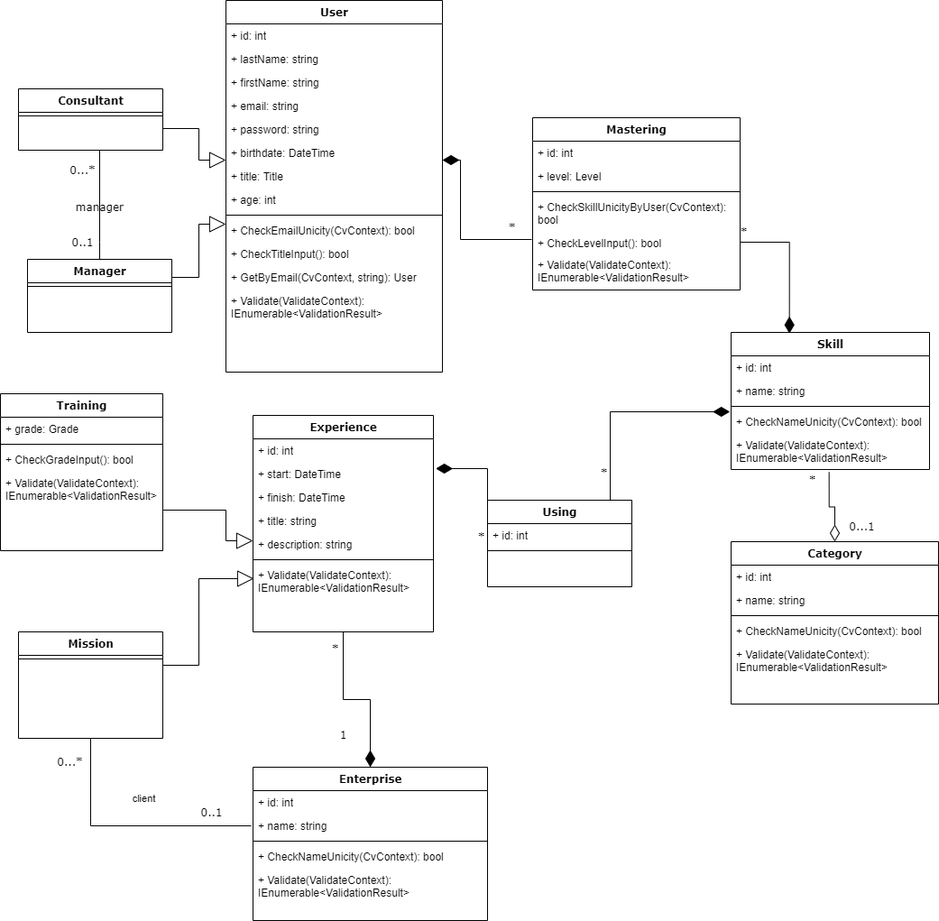
magitcian/EPFC_Online-cv-management keeps this draw.io diagram as Diagrams/ModelClasses.png. Above is the earlier version. Source tidied: cells renumbered, new cells last; positions are measured from the earlier drawing's top-left corner, leaving out a move shared by most shapes.
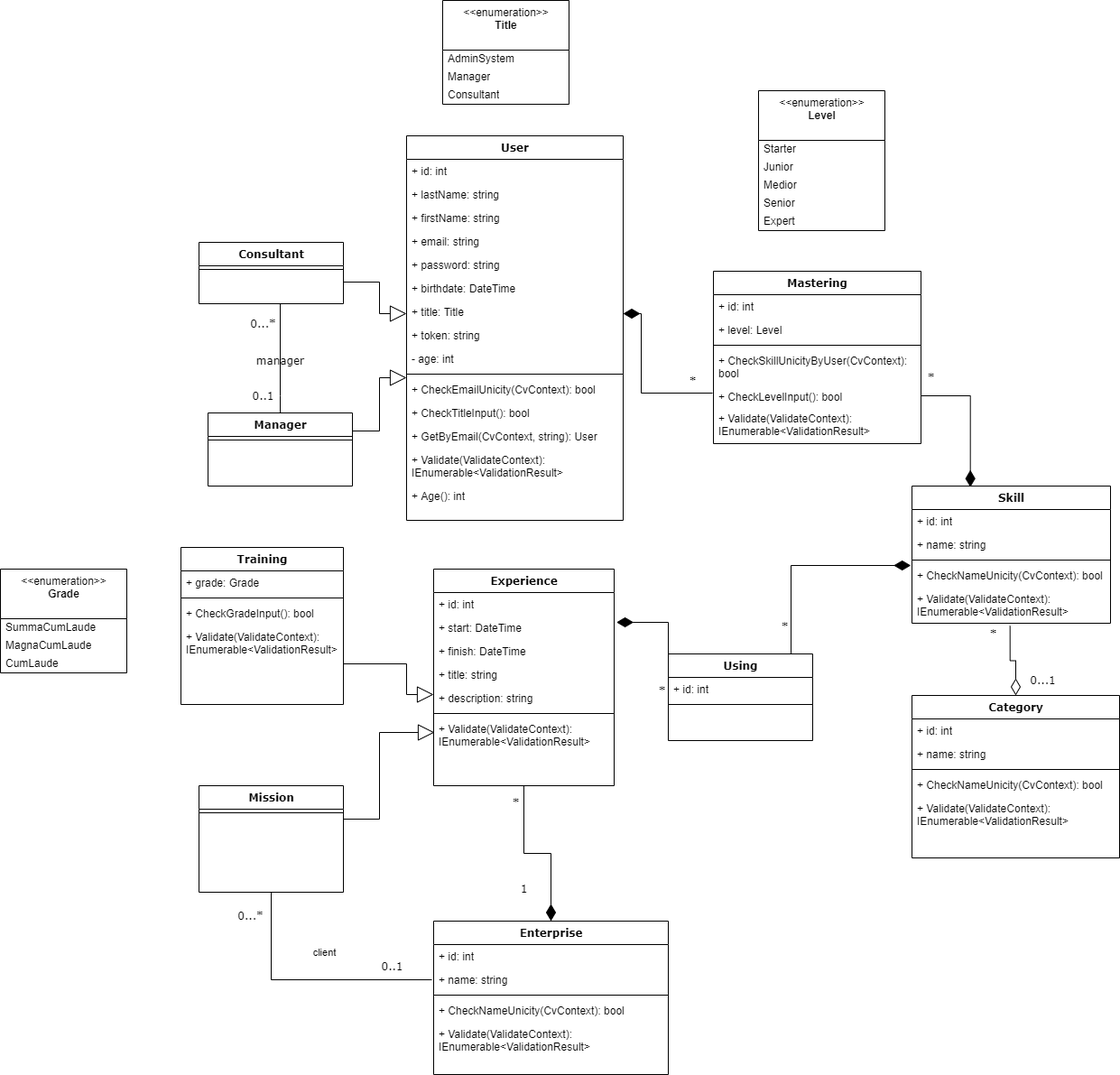
The same diagram one commit later.

Commit message:
refactor : README and class diagram of the model

Change to the diagram source:
```diff
@@ -9,7 +9,7 @@
       <mxGeometry y="26" width="160" height="8" as="geometry" />
     </mxCell>
     <mxCell id="4" value="User" style="swimlane;html=1;fontStyle=1;align=center;verticalAlign=top;horizontal=1;startSize=26;swimlaneFillColor=#ffffff;rounded=0;shadow=0;comic=0;labelBackgroundColor=none;strokeWidth=1;fillColor=none;fontFamily=Verdana;fontSize=12;" parent="1" vertex="1">
-      <mxGeometry x="250" width="240" height="412" as="geometry" />
+      <mxGeometry x="250" y="-20" width="240" height="426" as="geometry" />
     </mxCell>
     <mxCell id="5" value="+ id: int" style="text;html=1;strokeColor=none;fillColor=none;align=left;verticalAlign=top;spacingLeft=4;spacingRight=4;whiteSpace=wrap;overflow=hidden;" parent="4" vertex="1">
       <mxGeometry y="26" width="240" height="26" as="geometry" />
@@ -32,24 +32,30 @@
     <mxCell id="11" value="+ title: Title" style="text;html=1;strokeColor=none;fillColor=none;align=left;verticalAlign=top;spacingLeft=4;spacingRight=4;whiteSpace=wrap;overflow=hidden;" parent="4" vertex="1">
       <mxGeometry y="182" width="240" height="26" as="geometry" />
     </mxCell>
+    <mxCell id="86" value="+ token: string" style="text;html=1;strokeColor=none;fillColor=none;align=left;verticalAlign=top;spacingLeft=4;spacingRight=4;whiteSpace=wrap;overflow=hidden;" parent="4" vertex="1">
+      <mxGeometry y="208" width="240" height="26" as="geometry" />
+    </mxCell>
-    <mxCell id="12" value="+ age: int" style="text;html=1;strokeColor=none;fillColor=none;align=left;verticalAlign=top;spacingLeft=4;spacingRight=4;whiteSpace=wrap;overflow=hidden;" parent="4" vertex="1">
-      <mxGeometry y="208" width="240" height="26" as="geometry" />
+    <mxCell id="12" value="- age: int" style="text;html=1;strokeColor=none;fillColor=none;align=left;verticalAlign=top;spacingLeft=4;spacingRight=4;whiteSpace=wrap;overflow=hidden;" parent="4" vertex="1">
+      <mxGeometry y="234" width="240" height="26" as="geometry" />
     </mxCell>
     <mxCell id="13" style="line;html=1;strokeWidth=1;fillColor=none;align=left;verticalAlign=middle;spacingTop=-1;spacingLeft=3;spacingRight=3;labelPosition=right;" parent="4" vertex="1">
-      <mxGeometry y="234" width="240" height="8" as="geometry" />
+      <mxGeometry y="260" width="240" height="8" as="geometry" />
     </mxCell>
     <mxCell id="14" value="+ CheckEmailUnicity(CvContext): bool" style="text;html=1;strokeColor=none;fillColor=none;align=left;verticalAlign=top;spacingLeft=4;spacingRight=4;whiteSpace=wrap;overflow=hidden;" parent="4" vertex="1">
-      <mxGeometry y="242" width="240" height="26" as="geometry" />
+      <mxGeometry y="268" width="240" height="26" as="geometry" />
     </mxCell>
     <mxCell id="15" value="+ CheckTitleInput(): bool" style="text;html=1;strokeColor=none;fillColor=none;align=left;verticalAlign=top;spacingLeft=4;spacingRight=4;whiteSpace=wrap;overflow=hidden;" parent="4" vertex="1">
-      <mxGeometry y="268" width="240" height="26" as="geometry" />
+      <mxGeometry y="294" width="240" height="26" as="geometry" />
     </mxCell>
     <mxCell id="16" value="+ GetByEmail(CvContext, string): User" style="text;html=1;strokeColor=none;fillColor=none;align=left;verticalAlign=top;spacingLeft=4;spacingRight=4;whiteSpace=wrap;overflow=hidden;" parent="4" vertex="1">
-      <mxGeometry y="294" width="240" height="26" as="geometry" />
+      <mxGeometry y="320" width="240" height="26" as="geometry" />
     </mxCell>
     <mxCell id="17" value="+ Validate(ValidateContext): IEnumerable&amp;lt;ValidationResult&amp;gt;" style="text;html=1;strokeColor=none;fillColor=none;align=left;verticalAlign=top;spacingLeft=4;spacingRight=4;whiteSpace=wrap;overflow=hidden;" parent="4" vertex="1">
-      <mxGeometry y="320" width="240" height="40" as="geometry" />
+      <mxGeometry y="346" width="240" height="40" as="geometry" />
     </mxCell>
+    <mxCell id="87" value="+ Age(): int" style="text;html=1;strokeColor=none;fillColor=none;align=left;verticalAlign=top;spacingLeft=4;spacingRight=4;whiteSpace=wrap;overflow=hidden;" parent="4" vertex="1">
+      <mxGeometry y="386" width="240" height="40" as="geometry" />
+    </mxCell>
     <mxCell id="18" value="Manager" style="swimlane;html=1;fontStyle=1;align=center;verticalAlign=top;horizontal=1;startSize=26;swimlaneFillColor=#ffffff;rounded=0;shadow=0;comic=0;labelBackgroundColor=none;strokeWidth=1;fillColor=none;fontFamily=Verdana;fontSize=12;" parent="1" vertex="1">
       <mxGeometry x="30" y="287" width="160" height="81" as="geometry" />
     </mxCell>
@@ -245,7 +251,7 @@
     </mxCell>
     <mxCell id="71" value="*" style="text;html=1;align=center;verticalAlign=middle;labelBackgroundColor=#ffffff;fontSize=12;fontFamily=Verdana;" parent="70" vertex="1">
       <mxGeometry x="-0.85" y="-1" relative="1" as="geometry">
-        <mxPoint x="-9" y="-12" as="offset" />
+        <mxPoint x="-2" y="-21" as="offset" />
       </mxGeometry>
     </mxCell>
     <mxCell id="72" style="edgeStyle=orthogonalEdgeStyle;rounded=0;html=1;labelBackgroundColor=none;startArrow=none;startFill=0;startSize=8;endArrow=diamondThin;endFill=1;endSize=16;fontFamily=Verdana;fontSize=12;entryX=-0.006;entryY=0.077;entryDx=0;entryDy=0;entryPerimeter=0;exitX=0.85;exitY=0;exitDx=0;exitDy=0;exitPerimeter=0;" parent="1" edge="1" source="39" target="31">
@@ -328,5 +334,47 @@
         <mxPoint x="-18" y="3" as="offset" />
       </mxGeometry>
     </mxCell>
+    <mxCell id="88" value="&amp;lt;&amp;lt;enumeration&amp;gt;&amp;gt;&lt;br&gt;&lt;b&gt;Title&lt;/b&gt;" style="swimlane;fontStyle=0;align=center;verticalAlign=top;horizontal=1;startSize=55;html=1;" parent="1" vertex="1">
+      <mxGeometry x="290" y="-170" width="140" height="115" as="geometry" />
+    </mxCell>
+    <mxCell id="89" value="AdminSystem" style="text;html=1;strokeColor=none;fillColor=none;align=left;verticalAlign=middle;spacingLeft=4;spacingRight=4;overflow=hidden;" parent="88" vertex="1">
+      <mxGeometry y="55" width="140" height="20" as="geometry" />
+    </mxCell>
+    <mxCell id="90" value="Manager" style="text;html=1;strokeColor=none;fillColor=none;align=left;verticalAlign=middle;spacingLeft=4;spacingRight=4;overflow=hidden;" parent="88" vertex="1">
+      <mxGeometry y="75" width="140" height="20" as="geometry" />
+    </mxCell>
+    <mxCell id="91" value="Consultant" style="text;html=1;strokeColor=none;fillColor=none;align=left;verticalAlign=middle;spacingLeft=4;spacingRight=4;overflow=hidden;" parent="88" vertex="1">
+      <mxGeometry y="95" width="140" height="20" as="geometry" />
+    </mxCell>
+    <mxCell id="92" value="&amp;lt;&amp;lt;enumeration&amp;gt;&amp;gt;&lt;br&gt;&lt;b&gt;Level&lt;/b&gt;" style="swimlane;fontStyle=0;align=center;verticalAlign=top;horizontal=1;startSize=55;html=1;" parent="1" vertex="1">
+      <mxGeometry x="640" y="-70" width="140" height="155" as="geometry" />
+    </mxCell>
+    <mxCell id="93" value="Starter" style="text;html=1;strokeColor=none;fillColor=none;align=left;verticalAlign=middle;spacingLeft=4;spacingRight=4;overflow=hidden;" parent="92" vertex="1">
+      <mxGeometry y="55" width="140" height="20" as="geometry" />
+    </mxCell>
+    <mxCell id="94" value="Junior" style="text;html=1;strokeColor=none;fillColor=none;align=left;verticalAlign=middle;spacingLeft=4;spacingRight=4;overflow=hidden;" parent="92" vertex="1">
+      <mxGeometry y="75" width="140" height="20" as="geometry" />
+    </mxCell>
+    <mxCell id="95" value="Medior" style="text;html=1;strokeColor=none;fillColor=none;align=left;verticalAlign=middle;spacingLeft=4;spacingRight=4;overflow=hidden;" parent="92" vertex="1">
+      <mxGeometry y="95" width="140" height="20" as="geometry" />
+    </mxCell>
+    <mxCell id="96" value="Senior" style="text;html=1;strokeColor=none;fillColor=none;align=left;verticalAlign=middle;spacingLeft=4;spacingRight=4;overflow=hidden;" parent="92" vertex="1">
+      <mxGeometry y="115" width="140" height="20" as="geometry" />
+    </mxCell>
+    <mxCell id="97" value="Expert" style="text;html=1;strokeColor=none;fillColor=none;align=left;verticalAlign=middle;spacingLeft=4;spacingRight=4;overflow=hidden;" parent="92" vertex="1">
+      <mxGeometry y="135" width="140" height="20" as="geometry" />
+    </mxCell>
+    <mxCell id="98" value="&amp;lt;&amp;lt;enumeration&amp;gt;&amp;gt;&lt;br&gt;&lt;b&gt;Grade&lt;/b&gt;" style="swimlane;fontStyle=0;align=center;verticalAlign=top;horizontal=1;startSize=55;html=1;" parent="1" vertex="1">
+      <mxGeometry x="-200" y="460" width="140" height="115" as="geometry" />
+    </mxCell>
+    <mxCell id="99" value="SummaCumLaude" style="text;html=1;strokeColor=none;fillColor=none;align=left;verticalAlign=middle;spacingLeft=4;spacingRight=4;overflow=hidden;" parent="98" vertex="1">
+      <mxGeometry y="55" width="140" height="20" as="geometry" />
+    </mxCell>
+    <mxCell id="100" value="MagnaCumLaude" style="text;html=1;strokeColor=none;fillColor=none;align=left;verticalAlign=middle;spacingLeft=4;spacingRight=4;overflow=hidden;" parent="98" vertex="1">
+      <mxGeometry y="75" width="140" height="20" as="geometry" />
+    </mxCell>
+    <mxCell id="101" value="CumLaude" style="text;html=1;strokeColor=none;fillColor=none;align=left;verticalAlign=middle;spacingLeft=4;spacingRight=4;overflow=hidden;" parent="98" vertex="1">
+      <mxGeometry y="95" width="140" height="20" as="geometry" />
+    </mxCell>
   </root>
 </mxGraphModel>
```
